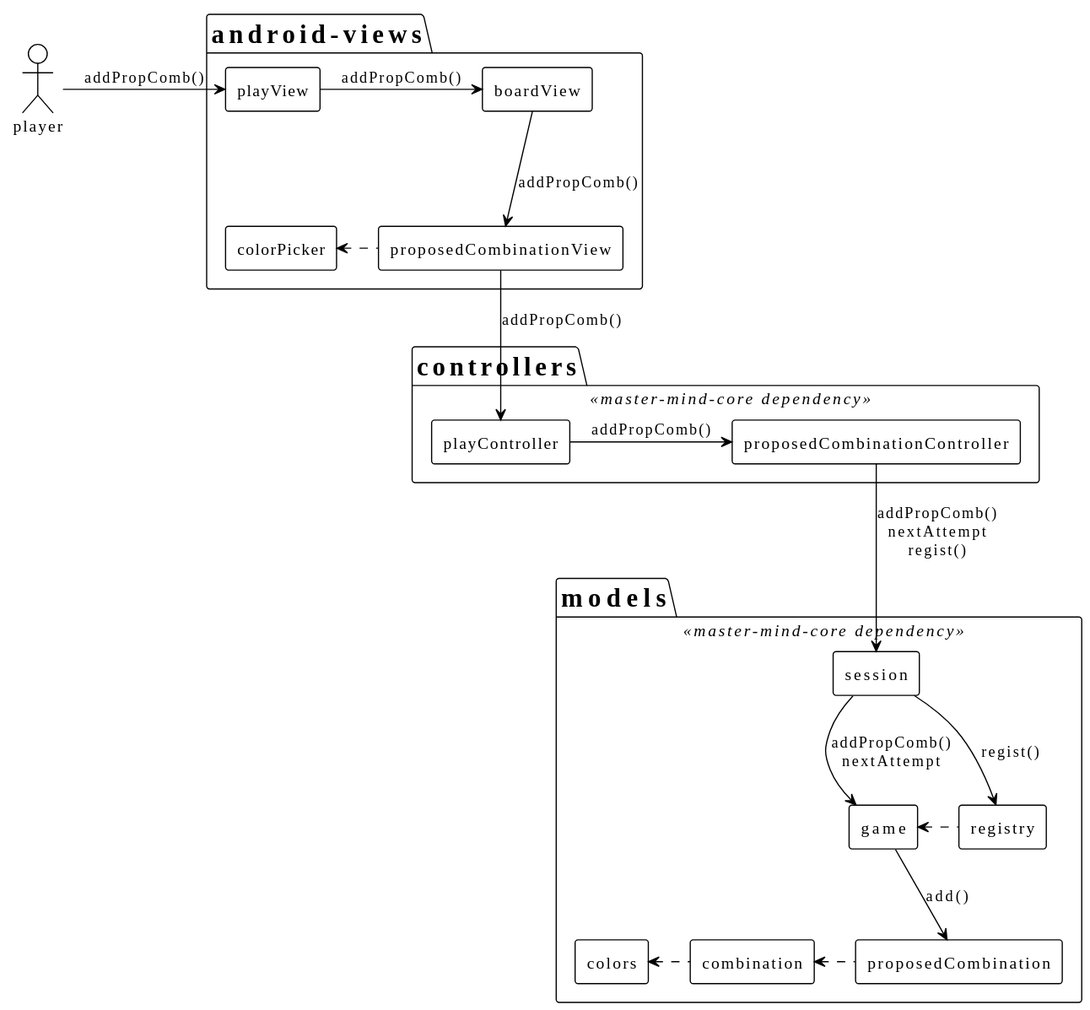
This is docs/colaboration_propose_combination/colaboration-propose-combination.svg from PacoMorando/master-mind-web, a PlantUML export, as it was before one commit.
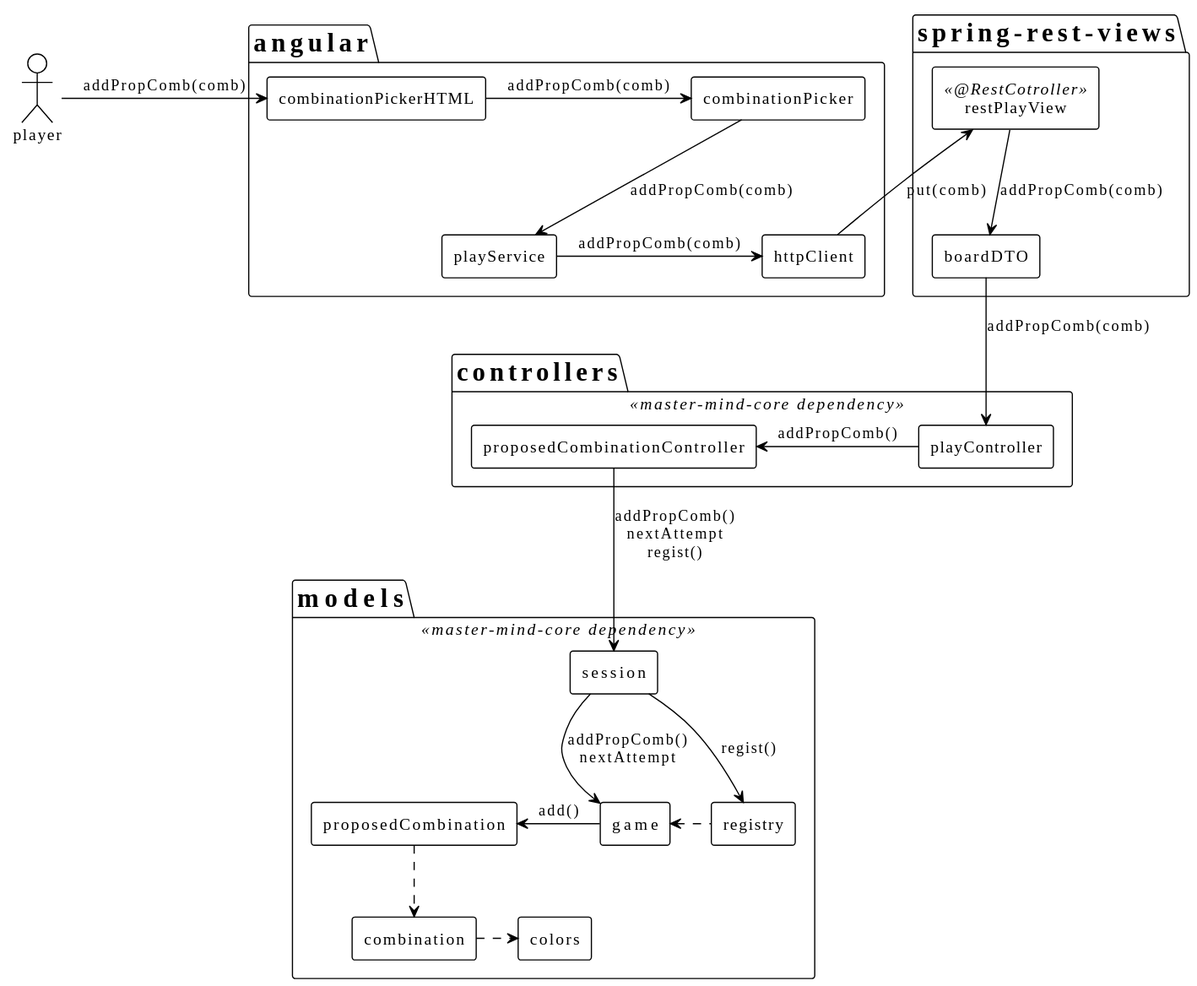
The same file after the commit.

The edit, as a diff of the source:
```diff
@@ -1,13 +1,12 @@
 @startuml colaboration-propose-combination
 !theme plain
-
 actor player
 
-package android-views{
-    agent playView
-    agent proposedCombinationView
-    agent colorPicker
-    agent boardView
+package angular{
+    agent combinationPickerHTML
+    agent combinationPicker
+    agent playService
+    agent httpClient
 }
 package controllers <<master-mind-core dependency>> {
     agent playController
@@ -22,20 +21,28 @@
     agent colors
 }
 
-player -right-> playView :addPropComb()
-playView -right-> boardView :addPropComb()
-boardView  --> proposedCombinationView :addPropComb()
-proposedCombinationView --> playController :addPropComb()
-proposedCombinationView .left.> colorPicker
+package spring-rest-views {
+    agent restPlayView <<@RestCotroller>>
+    agent boardDTO
+}
 
+player -right-> combinationPickerHTML :addPropComb(comb)
+combinationPickerHTML -right-> combinationPicker :addPropComb(comb)
+combinationPicker --> playService :addPropComb(comb)
+playService -right-> httpClient :addPropComb(comb)
+httpClient -up-> restPlayView :put(comb)
 
-playController -right-> proposedCombinationController :addPropComb()
-proposedCombinationController -down-> session :addPropComb()\nnextAttempt\nregist()
+restPlayView --> boardDTO :addPropComb(comb)
+boardDTO --> playController :addPropComb(comb)
+
+playController -left-> proposedCombinationController :addPropComb()
+proposedCombinationController --> session :addPropComb()\nnextAttempt\nregist()
+
 session -down-> game :addPropComb()\nnextAttempt
 session -down-> registry :regist()
 registry .left.> game
-game -down-> proposedCombination :add()
-proposedCombination .left.> combination
-combination .left.> colors
+game -left-> proposedCombination :add()
+proposedCombination ..> combination
+combination .right.> colors
 
 @enduml
```
